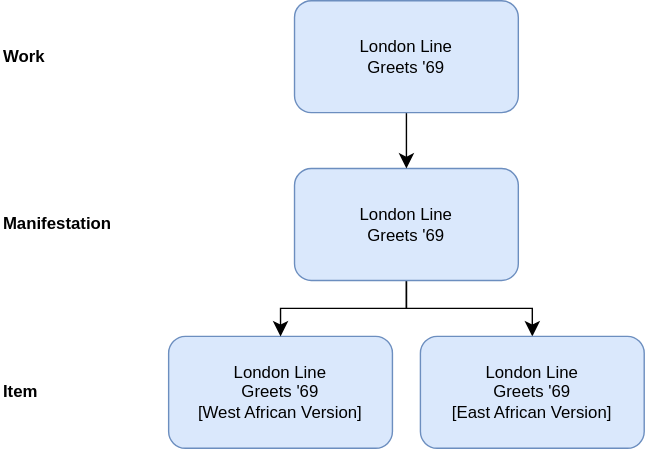
This is markdown/diagrams/numb_18.drawio.svg from FIAF/fiaf-cataloguing-manual, a draw.io export, as it was before one commit. Source tidied: cells renumbered, new cells last; positions are measured from the earlier drawing's top-left corner, leaving out a move shared by most shapes.
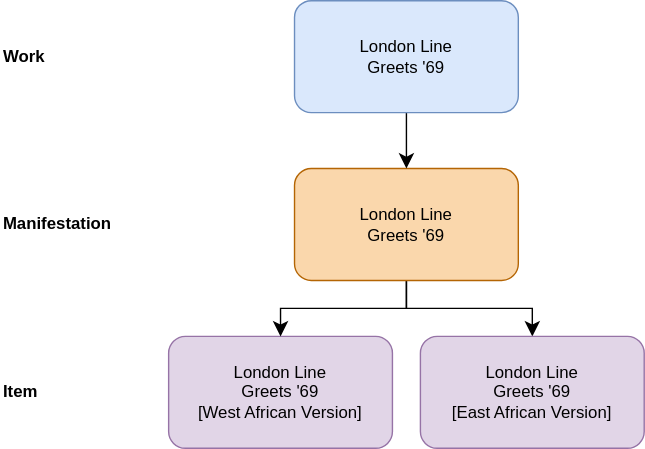
Later version of the same file.

Change to the diagram source:
```diff
@@ -5,7 +5,7 @@
     <mxCell id="2" value="Item" style="text;html=1;whiteSpace=wrap;strokeColor=none;fillColor=none;align=left;verticalAlign=middle;rounded=0;fontStyle=1;" parent="1" vertex="1">
       <mxGeometry y="265" width="110" height="30" as="geometry" />
     </mxCell>
-    <mxCell id="3" value="&lt;div&gt;London Line&lt;/div&gt;&lt;div&gt;Greets '69&lt;/div&gt;&lt;div&gt;[West African Version]&lt;/div&gt;" style="rounded=1;whiteSpace=wrap;html=1;fillColor=#dae8fc;strokeColor=#6c8ebf;" parent="1" vertex="1">
+    <mxCell id="3" value="&lt;div&gt;London Line&lt;/div&gt;&lt;div&gt;Greets '69&lt;/div&gt;&lt;div&gt;[West African Version]&lt;/div&gt;" style="rounded=1;whiteSpace=wrap;html=1;fillColor=#e1d5e7;strokeColor=#9673a6;" parent="1" vertex="1">
       <mxGeometry x="120" y="240" width="160" height="80" as="geometry" />
     </mxCell>
     <mxCell id="4" style="edgeStyle=orthogonalEdgeStyle;rounded=0;jettySize=auto;html=1;exitX=0.5;exitY=1;exitDx=0;exitDy=0;entryX=0.5;entryY=0;entryDx=0;entryDy=0;fontSize=12;startSize=8;endSize=8;" parent="1" edge="1" source="6" target="3">
@@ -14,7 +14,7 @@
     <mxCell id="5" style="edgeStyle=orthogonalEdgeStyle;rounded=0;jettySize=auto;html=1;exitX=0.5;exitY=1;exitDx=0;exitDy=0;entryX=0.5;entryY=0;entryDx=0;entryDy=0;fontSize=12;startSize=8;endSize=8;" parent="1" edge="1" source="6" target="11">
       <mxGeometry relative="1" as="geometry" />
     </mxCell>
-    <mxCell id="6" value="&lt;div&gt;London Line&lt;/div&gt;&lt;div&gt;Greets '69&lt;/div&gt;" style="rounded=1;whiteSpace=wrap;html=1;fillColor=#dae8fc;strokeColor=#6c8ebf;" parent="1" vertex="1">
+    <mxCell id="6" value="&lt;div&gt;London Line&lt;/div&gt;&lt;div&gt;Greets '69&lt;/div&gt;" style="rounded=1;whiteSpace=wrap;html=1;fillColor=#fad7ac;strokeColor=#b46504;" parent="1" vertex="1">
       <mxGeometry x="210" y="120" width="160" height="80" as="geometry" />
     </mxCell>
     <mxCell id="7" style="edgeStyle=none;curved=1;rounded=0;jettySize=auto;html=1;exitX=0.5;exitY=1;exitDx=0;exitDy=0;entryX=0.5;entryY=0;entryDx=0;entryDy=0;fontSize=12;startSize=8;endSize=8;" parent="1" edge="1" source="8" target="6">
@@ -29,7 +29,7 @@
     <mxCell id="10" value="Work" style="text;html=1;whiteSpace=wrap;strokeColor=none;fillColor=none;align=left;verticalAlign=middle;rounded=0;fontStyle=1;" parent="1" vertex="1">
       <mxGeometry y="25" width="110" height="30" as="geometry" />
     </mxCell>
-    <mxCell id="11" value="&lt;div&gt;London Line&lt;/div&gt;&lt;div&gt;Greets '69&lt;/div&gt;&lt;div&gt;[East African Version]&lt;/div&gt;" style="rounded=1;whiteSpace=wrap;html=1;fillColor=#dae8fc;strokeColor=#6c8ebf;" parent="1" vertex="1">
+    <mxCell id="11" value="&lt;div&gt;London Line&lt;/div&gt;&lt;div&gt;Greets '69&lt;/div&gt;&lt;div&gt;[East African Version]&lt;/div&gt;" style="rounded=1;whiteSpace=wrap;html=1;fillColor=#e1d5e7;strokeColor=#9673a6;" parent="1" vertex="1">
       <mxGeometry x="300" y="240" width="160" height="80" as="geometry" />
     </mxCell>
   </root>
```
